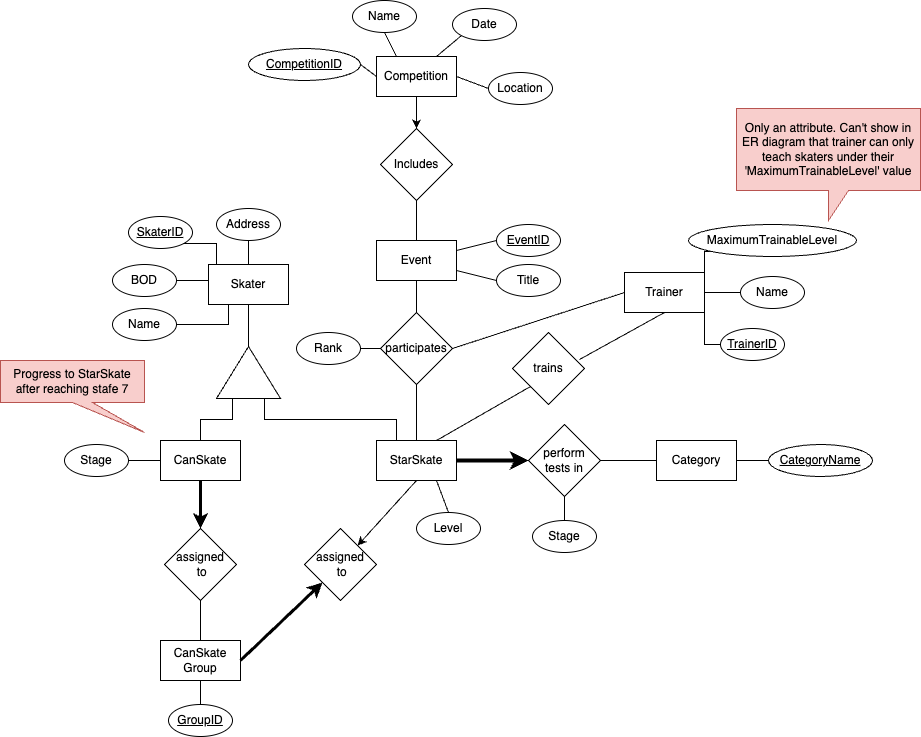
This is COMP421/Assignments/assignment1.drawio.png from XxScarletxX/Winter2025, a draw.io export, as it was before one commit. Source tidied: cells renumbered, new cells last; positions are measured from the earlier drawing's top-left corner, leaving out a move shared by most shapes.
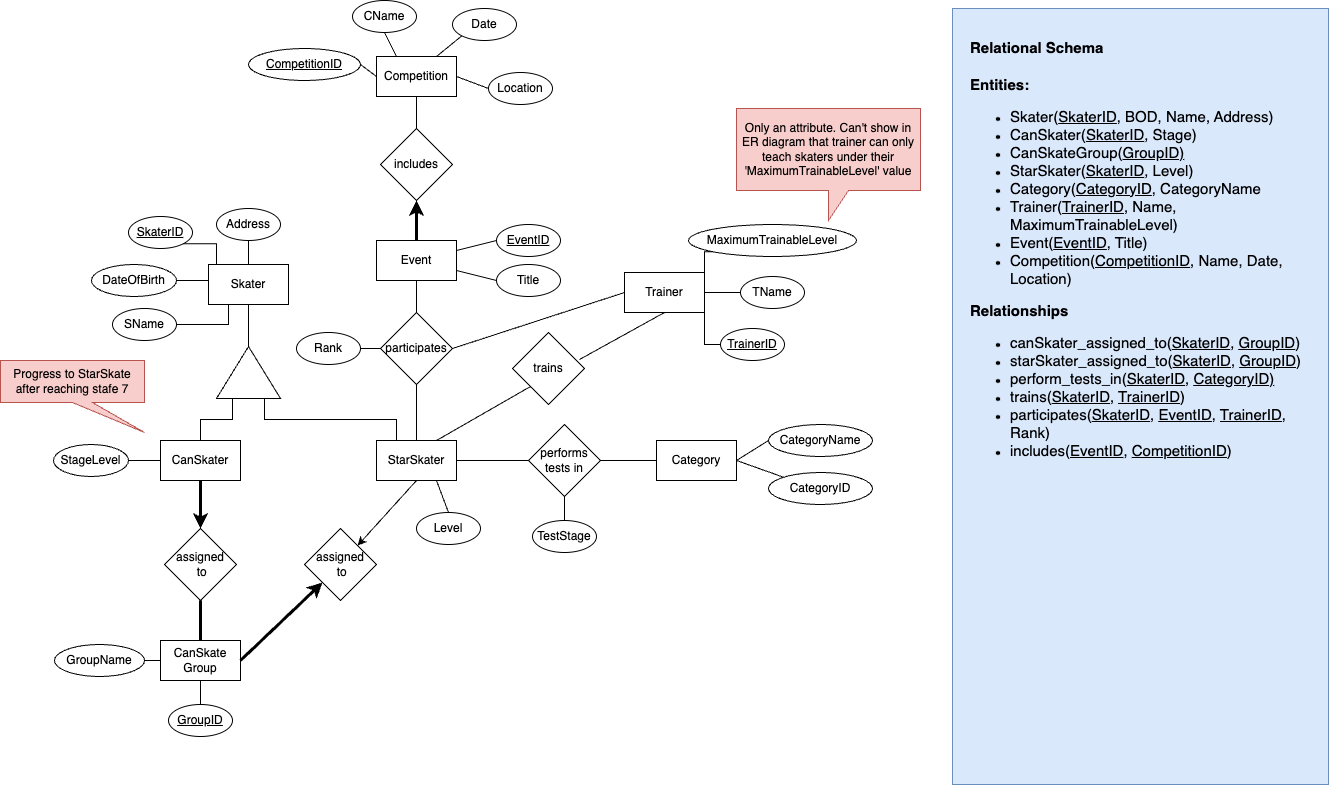
Later version of the same file.

Change to the diagram source:
```diff
@@ -20,19 +20,19 @@
     <mxCell id="7" style="edgeStyle=orthogonalEdgeStyle;rounded=0;jettySize=auto;html=1;exitX=0.5;exitY=1;exitDx=0;exitDy=0;entryX=0.5;entryY=0;entryDx=0;entryDy=0;strokeWidth=3;" parent="1" edge="1" source="8" target="13">
       <mxGeometry relative="1" as="geometry" />
     </mxCell>
-    <mxCell id="8" value="CanSkate" style="rounded=0;whiteSpace=wrap;html=1;" parent="1" vertex="1">
+    <mxCell id="8" value="CanSkater" style="rounded=0;whiteSpace=wrap;html=1;" parent="1" vertex="1">
       <mxGeometry x="160" y="440" width="80" height="40" as="geometry" />
     </mxCell>
-    <mxCell id="9" style="edgeStyle=orthogonalEdgeStyle;rounded=0;jettySize=auto;html=1;exitX=1;exitY=0.5;exitDx=0;exitDy=0;entryX=0;entryY=0.5;entryDx=0;entryDy=0;strokeWidth=4;" parent="1" edge="1" source="11" target="21">
+    <mxCell id="9" style="edgeStyle=orthogonalEdgeStyle;rounded=0;jettySize=auto;html=1;exitX=1;exitY=0.5;exitDx=0;exitDy=0;entryX=0;entryY=0.5;entryDx=0;entryDy=0;strokeWidth=1;endArrow=none;startFill=0;" parent="1" edge="1" source="11" target="21">
       <mxGeometry relative="1" as="geometry" />
     </mxCell>
     <mxCell id="10" style="edgeStyle=orthogonalEdgeStyle;rounded=0;jettySize=auto;html=1;exitX=0.5;exitY=0;exitDx=0;exitDy=0;entryX=0.5;entryY=1;entryDx=0;entryDy=0;endArrow=none;endFill=0;" parent="1" edge="1" source="11" target="38">
       <mxGeometry relative="1" as="geometry" />
     </mxCell>
-    <mxCell id="11" value="StarSkate" style="rounded=0;whiteSpace=wrap;html=1;" parent="1" vertex="1">
+    <mxCell id="11" value="StarSkater" style="rounded=0;whiteSpace=wrap;html=1;" parent="1" vertex="1">
       <mxGeometry x="376" y="440" width="80" height="40" as="geometry" />
     </mxCell>
-    <mxCell id="12" style="edgeStyle=orthogonalEdgeStyle;rounded=0;jettySize=auto;html=1;exitX=0.5;exitY=1;exitDx=0;exitDy=0;entryX=0.5;entryY=0;entryDx=0;entryDy=0;endArrow=none;endFill=0;" parent="1" edge="1" source="13" target="15">
+    <mxCell id="12" style="edgeStyle=orthogonalEdgeStyle;rounded=0;jettySize=auto;html=1;exitX=0.5;exitY=1;exitDx=0;exitDy=0;entryX=0.5;entryY=0;entryDx=0;entryDy=0;endArrow=none;endFill=0;strokeWidth=3;" parent="1" edge="1" source="13" target="15">
       <mxGeometry relative="1" as="geometry" />
     </mxCell>
     <mxCell id="13" value="assigned&lt;div&gt;&amp;nbsp;to&lt;/div&gt;" style="rhombus;whiteSpace=wrap;html=1;" parent="1" vertex="1">
@@ -59,10 +59,10 @@
     <mxCell id="20" style="edgeStyle=orthogonalEdgeStyle;rounded=0;jettySize=auto;html=1;exitX=0.5;exitY=1;exitDx=0;exitDy=0;endArrow=none;endFill=0;" parent="1" edge="1" source="21" target="55">
       <mxGeometry relative="1" as="geometry" />
     </mxCell>
-    <mxCell id="21" value="perform tests in" style="rhombus;whiteSpace=wrap;html=1;" parent="1" vertex="1">
+    <mxCell id="21" value="performs tests in" style="rhombus;whiteSpace=wrap;html=1;" parent="1" vertex="1">
       <mxGeometry x="528" y="424" width="72" height="72" as="geometry" />
     </mxCell>
-    <mxCell id="22" style="edgeStyle=orthogonalEdgeStyle;rounded=0;jettySize=auto;html=1;exitX=1;exitY=0.5;exitDx=0;exitDy=0;entryX=0;entryY=0.5;entryDx=0;entryDy=0;endArrow=none;endFill=0;" parent="1" edge="1" source="23" target="56">
+    <mxCell id="22" style="rounded=0;jettySize=auto;html=1;exitX=1;exitY=0.5;exitDx=0;exitDy=0;entryX=0;entryY=0.5;entryDx=0;entryDy=0;endArrow=none;endFill=0;" parent="1" edge="1" source="23" target="56">
       <mxGeometry relative="1" as="geometry" />
     </mxCell>
     <mxCell id="23" value="Category" style="rounded=0;whiteSpace=wrap;html=1;" parent="1" vertex="1">
@@ -102,7 +102,7 @@
     <mxCell id="33" value="Event" style="rounded=0;whiteSpace=wrap;html=1;" parent="1" vertex="1">
       <mxGeometry x="376" y="240" width="80" height="40" as="geometry" />
     </mxCell>
-    <mxCell id="34" style="edgeStyle=orthogonalEdgeStyle;rounded=0;jettySize=auto;html=1;exitX=0.5;exitY=1;exitDx=0;exitDy=0;entryX=0.5;entryY=0;entryDx=0;entryDy=0;endArrow=classic;endFill=1;startArrow=none;startFill=0;" parent="1" edge="1" source="36" target="40">
+    <mxCell id="34" style="edgeStyle=orthogonalEdgeStyle;rounded=0;jettySize=auto;html=1;exitX=0.5;exitY=1;exitDx=0;exitDy=0;entryX=0.5;entryY=0;entryDx=0;entryDy=0;endArrow=none;endFill=1;startArrow=none;startFill=0;" parent="1" edge="1" source="36" target="40">
       <mxGeometry relative="1" as="geometry" />
     </mxCell>
     <mxCell id="35" style="rounded=0;jettySize=auto;html=1;exitX=1;exitY=0.5;exitDx=0;exitDy=0;entryX=0;entryY=0.5;entryDx=0;entryDy=0;endArrow=none;endFill=0;" parent="1" edge="1" source="36" target="70">
@@ -117,10 +117,10 @@
     <mxCell id="38" value="participates" style="rhombus;whiteSpace=wrap;html=1;" parent="1" vertex="1">
       <mxGeometry x="380" y="312" width="72" height="72" as="geometry" />
     </mxCell>
-    <mxCell id="39" style="edgeStyle=orthogonalEdgeStyle;rounded=0;jettySize=auto;html=1;exitX=0.5;exitY=1;exitDx=0;exitDy=0;entryX=0.5;entryY=0;entryDx=0;entryDy=0;endArrow=none;endFill=0;" parent="1" edge="1" source="40" target="33">
+    <mxCell id="39" style="edgeStyle=orthogonalEdgeStyle;rounded=0;jettySize=auto;html=1;exitX=0.5;exitY=1;exitDx=0;exitDy=0;entryX=0.5;entryY=0;entryDx=0;entryDy=0;endArrow=none;endFill=1;strokeWidth=3;startFill=1;startArrow=classic;" parent="1" edge="1" source="40" target="33">
       <mxGeometry relative="1" as="geometry" />
     </mxCell>
-    <mxCell id="40" value="Includes" style="rhombus;whiteSpace=wrap;html=1;" parent="1" vertex="1">
+    <mxCell id="40" value="includes" style="rhombus;whiteSpace=wrap;html=1;" parent="1" vertex="1">
       <mxGeometry x="380" y="128" width="72" height="72" as="geometry" />
     </mxCell>
     <mxCell id="41" style="endArrow=none;html=1;rounded=0;endFill=0;startArrow=none;startFill=0;exitX=1;exitY=0.5;exitDx=0;exitDy=0;entryX=0;entryY=0.5;entryDx=0;entryDy=0;" parent="1" edge="1" source="38" target="26">
@@ -132,13 +132,13 @@
     <mxCell id="43" style="edgeStyle=orthogonalEdgeStyle;rounded=0;jettySize=auto;html=1;exitX=1;exitY=0.5;exitDx=0;exitDy=0;entryX=0;entryY=0.5;entryDx=0;entryDy=0;endArrow=none;endFill=0;" parent="1" edge="1" source="44" target="3">
       <mxGeometry relative="1" as="geometry" />
     </mxCell>
-    <mxCell id="44" value="BOD" style="ellipse;whiteSpace=wrap;html=1;" parent="1" vertex="1">
-      <mxGeometry x="112" y="264" width="64" height="32" as="geometry" />
+    <mxCell id="44" value="DateOfBirth" style="ellipse;whiteSpace=wrap;html=1;" parent="1" vertex="1">
+      <mxGeometry x="91" y="264" width="85" height="32" as="geometry" />
     </mxCell>
     <mxCell id="45" style="edgeStyle=orthogonalEdgeStyle;rounded=0;jettySize=auto;html=1;exitX=1;exitY=0.5;exitDx=0;exitDy=0;entryX=0.25;entryY=1;entryDx=0;entryDy=0;endArrow=none;endFill=0;" parent="1" edge="1" source="46" target="3">
       <mxGeometry relative="1" as="geometry" />
     </mxCell>
-    <mxCell id="46" value="Name" style="ellipse;whiteSpace=wrap;html=1;" parent="1" vertex="1">
+    <mxCell id="46" value="SName" style="ellipse;whiteSpace=wrap;html=1;" parent="1" vertex="1">
       <mxGeometry x="112" y="308" width="64" height="32" as="geometry" />
     </mxCell>
     <mxCell id="47" style="edgeStyle=orthogonalEdgeStyle;rounded=0;jettySize=auto;html=1;exitX=0.5;exitY=1;exitDx=0;exitDy=0;entryX=0.5;entryY=0;entryDx=0;entryDy=0;endArrow=none;endFill=0;" parent="1" edge="1" source="48" target="3">
@@ -155,8 +155,8 @@
     <mxCell id="50" style="edgeStyle=orthogonalEdgeStyle;rounded=0;jettySize=auto;html=1;exitX=1;exitY=0.5;exitDx=0;exitDy=0;entryX=0;entryY=0.5;entryDx=0;entryDy=0;endArrow=none;endFill=0;" parent="1" edge="1" source="51" target="8">
       <mxGeometry relative="1" as="geometry" />
     </mxCell>
-    <mxCell id="51" value="Stage" style="ellipse;whiteSpace=wrap;html=1;" parent="1" vertex="1">
-      <mxGeometry x="64" y="444" width="64" height="32" as="geometry" />
+    <mxCell id="51" value="StageLevel" style="ellipse;whiteSpace=wrap;html=1;" parent="1" vertex="1">
+      <mxGeometry x="53" y="444" width="75" height="32" as="geometry" />
     </mxCell>
     <mxCell id="52" value="&lt;u&gt;GroupID&lt;/u&gt;" style="ellipse;whiteSpace=wrap;html=1;" parent="1" vertex="1">
       <mxGeometry x="168" y="704" width="64" height="32" as="geometry" />
@@ -167,11 +167,11 @@
     <mxCell id="54" style="endArrow=none;html=1;rounded=0;exitX=0.75;exitY=1;exitDx=0;exitDy=0;entryX=0.5;entryY=0;entryDx=0;entryDy=0;" parent="1" edge="1" source="11" target="53">
       <mxGeometry relative="1" as="geometry" />
     </mxCell>
-    <mxCell id="55" value="Stage" style="ellipse;whiteSpace=wrap;html=1;" parent="1" vertex="1">
+    <mxCell id="55" value="TestStage" style="ellipse;whiteSpace=wrap;html=1;" parent="1" vertex="1">
       <mxGeometry x="532" y="520" width="64" height="32" as="geometry" />
     </mxCell>
-    <mxCell id="56" value="&lt;u&gt;CategoryName&lt;/u&gt;" style="ellipse;whiteSpace=wrap;html=1;" parent="1" vertex="1">
-      <mxGeometry x="768" y="444" width="104" height="32" as="geometry" />
+    <mxCell id="56" value="CategoryName" style="ellipse;whiteSpace=wrap;html=1;" parent="1" vertex="1">
+      <mxGeometry x="768" y="424" width="104" height="32" as="geometry" />
     </mxCell>
     <mxCell id="57" style="edgeStyle=orthogonalEdgeStyle;rounded=0;jettySize=auto;html=1;exitX=0;exitY=1;exitDx=0;exitDy=0;entryX=1;entryY=0;entryDx=0;entryDy=0;endArrow=none;endFill=0;" parent="1" edge="1" source="58" target="26">
       <mxGeometry relative="1" as="geometry" />
@@ -179,7 +179,7 @@
     <mxCell id="58" value="MaximumTrainableLevel" style="ellipse;whiteSpace=wrap;html=1;" parent="1" vertex="1">
       <mxGeometry x="688" y="224" width="168" height="32" as="geometry" />
     </mxCell>
-    <mxCell id="59" value="Name" style="ellipse;whiteSpace=wrap;html=1;" parent="1" vertex="1">
+    <mxCell id="59" value="TName" style="ellipse;whiteSpace=wrap;html=1;" parent="1" vertex="1">
       <mxGeometry x="740" y="276" width="64" height="32" as="geometry" />
     </mxCell>
     <mxCell id="60" value="&lt;u&gt;TrainerID&lt;/u&gt;" style="ellipse;whiteSpace=wrap;html=1;" parent="1" vertex="1">
@@ -203,7 +203,7 @@
     <mxCell id="66" style="rounded=0;jettySize=auto;html=1;exitX=0.5;exitY=1;exitDx=0;exitDy=0;entryX=0.25;entryY=0;entryDx=0;entryDy=0;endArrow=none;endFill=0;" parent="1" edge="1" source="67" target="36">
       <mxGeometry relative="1" as="geometry" />
     </mxCell>
-    <mxCell id="67" value="Name" style="ellipse;whiteSpace=wrap;html=1;" parent="1" vertex="1">
+    <mxCell id="67" value="CName" style="ellipse;whiteSpace=wrap;html=1;" parent="1" vertex="1">
       <mxGeometry x="352" width="64" height="32" as="geometry" />
     </mxCell>
     <mxCell id="68" style="rounded=0;jettySize=auto;html=1;exitX=0;exitY=1;exitDx=0;exitDy=0;entryX=0.75;entryY=0;entryDx=0;entryDy=0;endArrow=none;endFill=0;" parent="1" edge="1" source="69" target="36">
@@ -221,5 +221,23 @@
     <mxCell id="72" value="Progress to StarSkate after reaching stafe 7" style="shape=callout;whiteSpace=wrap;html=1;perimeter=calloutPerimeter;position2=1;fillColor=#f8cecc;strokeColor=#b85450;" parent="1" vertex="1">
       <mxGeometry y="360" width="144" height="72" as="geometry" />
     </mxCell>
+    <mxCell id="73" value="&lt;div&gt;&lt;br&gt;&lt;/div&gt;" style="rounded=0;whiteSpace=wrap;html=1;fillColor=#dae8fc;strokeColor=#6c8ebf;align=center;" parent="1" vertex="1">
+      <mxGeometry x="952" y="8" width="376" height="776" as="geometry" />
+    </mxCell>
+    <mxCell id="74" value="&lt;h1 style=&quot;margin-top: 0px;&quot;&gt;&lt;font style=&quot;font-size: 15px;&quot;&gt;Relational Schema&lt;/font&gt;&lt;/h1&gt;&lt;h3&gt;&lt;font style=&quot;font-size: 15px;&quot;&gt;Entities:&lt;/font&gt;&lt;/h3&gt;&lt;div&gt;&lt;ul&gt;&lt;li&gt;&lt;font style=&quot;font-size: 15px;&quot;&gt;Skater(&lt;u&gt;SkaterID&lt;/u&gt;, BOD, Name, Address)&lt;/font&gt;&lt;/li&gt;&lt;li&gt;&lt;font style=&quot;font-size: 15px;&quot;&gt;CanSkater(&lt;u&gt;SkaterID&lt;/u&gt;, Stage)&lt;/font&gt;&lt;/li&gt;&lt;li&gt;&lt;font style=&quot;font-size: 15px;&quot;&gt;CanSkateGroup(&lt;u&gt;GroupID)&lt;/u&gt;&lt;/font&gt;&lt;/li&gt;&lt;li&gt;&lt;font style=&quot;font-size: 15px;&quot;&gt;StarSkater(&lt;u&gt;SkaterID&lt;/u&gt;, Level)&lt;/font&gt;&lt;/li&gt;&lt;li&gt;&lt;font style=&quot;font-size: 15px;&quot;&gt;Category(&lt;u&gt;CategoryID&lt;/u&gt;, CategoryName&lt;/font&gt;&lt;/li&gt;&lt;li&gt;&lt;font style=&quot;font-size: 15px;&quot;&gt;Trainer(&lt;u&gt;TrainerID&lt;/u&gt;, Name, MaximumTrainableLevel)&lt;/font&gt;&lt;/li&gt;&lt;li&gt;&lt;font style=&quot;font-size: 15px;&quot;&gt;Event(&lt;u&gt;EventID&lt;/u&gt;, Title)&lt;/font&gt;&lt;/li&gt;&lt;li&gt;&lt;font style=&quot;font-size: 15px;&quot;&gt;Competition(&lt;u&gt;CompetitionID&lt;/u&gt;, Name, Date, Location)&lt;/font&gt;&lt;/li&gt;&lt;/ul&gt;&lt;h3&gt;&lt;font style=&quot;font-size: 15px;&quot;&gt;Relationships&lt;/font&gt;&lt;/h3&gt;&lt;/div&gt;&lt;div&gt;&lt;ul&gt;&lt;li&gt;&lt;font style=&quot;font-size: 15px;&quot;&gt;canSkater_assigned_to(&lt;u&gt;SkaterID&lt;/u&gt;, &lt;u&gt;GroupID&lt;/u&gt;)&lt;/font&gt;&lt;/li&gt;&lt;li&gt;&lt;font style=&quot;font-size: 15px;&quot;&gt;starSkater_assigned_to(&lt;u&gt;SkaterID&lt;/u&gt;, &lt;u&gt;GroupID&lt;/u&gt;)&lt;/font&gt;&lt;/li&gt;&lt;li&gt;&lt;span style=&quot;font-size: 15px;&quot;&gt;perform_tests_in(&lt;u&gt;SkaterID&lt;/u&gt;, &lt;u&gt;CategoryID)&lt;/u&gt;&lt;/span&gt;&lt;/li&gt;&lt;li&gt;&lt;span style=&quot;font-size: 15px;&quot;&gt;trains(&lt;u&gt;SkaterID&lt;/u&gt;, &lt;u&gt;TrainerID&lt;/u&gt;)&lt;/span&gt;&lt;/li&gt;&lt;li&gt;&lt;span style=&quot;font-size: 15px;&quot;&gt;participates(&lt;u&gt;SkaterID&lt;/u&gt;, &lt;u&gt;EventID&lt;/u&gt;, &lt;u&gt;TrainerID&lt;/u&gt;, Rank)&lt;/span&gt;&lt;/li&gt;&lt;li&gt;&lt;span style=&quot;font-size: 15px;&quot;&gt;includes(&lt;u&gt;EventID&lt;/u&gt;, &lt;u&gt;CompetitionID&lt;/u&gt;)&lt;/span&gt;&lt;/li&gt;&lt;/ul&gt;&lt;/div&gt;" style="text;html=1;whiteSpace=wrap;overflow=hidden;rounded=0;" parent="1" vertex="1">
+      <mxGeometry x="968" y="24" width="344" height="744" as="geometry" />
+    </mxCell>
+    <mxCell id="75" style="rounded=0;jettySize=auto;html=1;exitX=0;exitY=0;exitDx=0;exitDy=0;entryX=1;entryY=0.5;entryDx=0;entryDy=0;endArrow=none;startFill=0;" parent="1" edge="1" source="76" target="23">
+      <mxGeometry relative="1" as="geometry" />
+    </mxCell>
+    <mxCell id="76" value="CategoryID" style="ellipse;whiteSpace=wrap;html=1;" parent="1" vertex="1">
+      <mxGeometry x="768" y="472" width="104" height="32" as="geometry" />
+    </mxCell>
+    <mxCell id="77" style="edgeStyle=orthogonalEdgeStyle;rounded=0;jettySize=auto;html=1;exitX=1;exitY=0.5;exitDx=0;exitDy=0;entryX=0;entryY=0.5;entryDx=0;entryDy=0;endArrow=none;startFill=0;" parent="1" edge="1" source="78" target="15">
+      <mxGeometry relative="1" as="geometry" />
+    </mxCell>
+    <mxCell id="78" value="GroupName" style="ellipse;whiteSpace=wrap;html=1;" parent="1" vertex="1">
+      <mxGeometry x="54" y="644" width="90" height="32" as="geometry" />
+    </mxCell>
   </root>
 </mxGraphModel>
```
